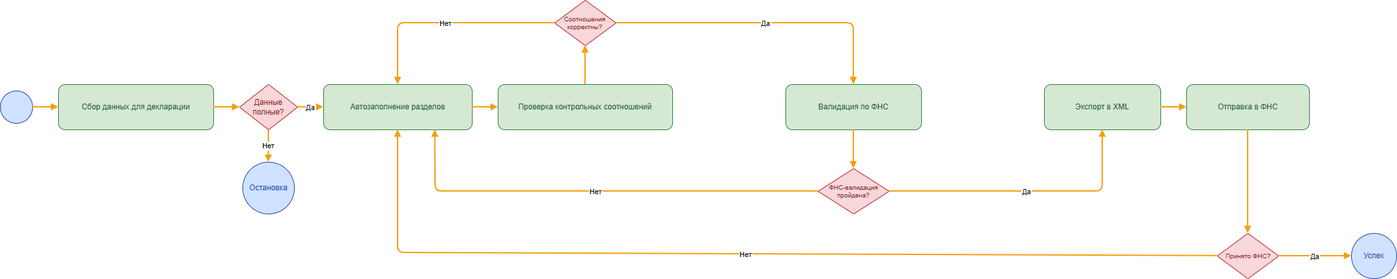
Above: diagrams/BPMN/BPMN A3.png in ShachiAO/system-engineering-playbook (draw.io), before the change. Source tidied: cells renumbered, new cells last; positions are measured from the earlier drawing's top-left corner, leaving out a move shared by most shapes.
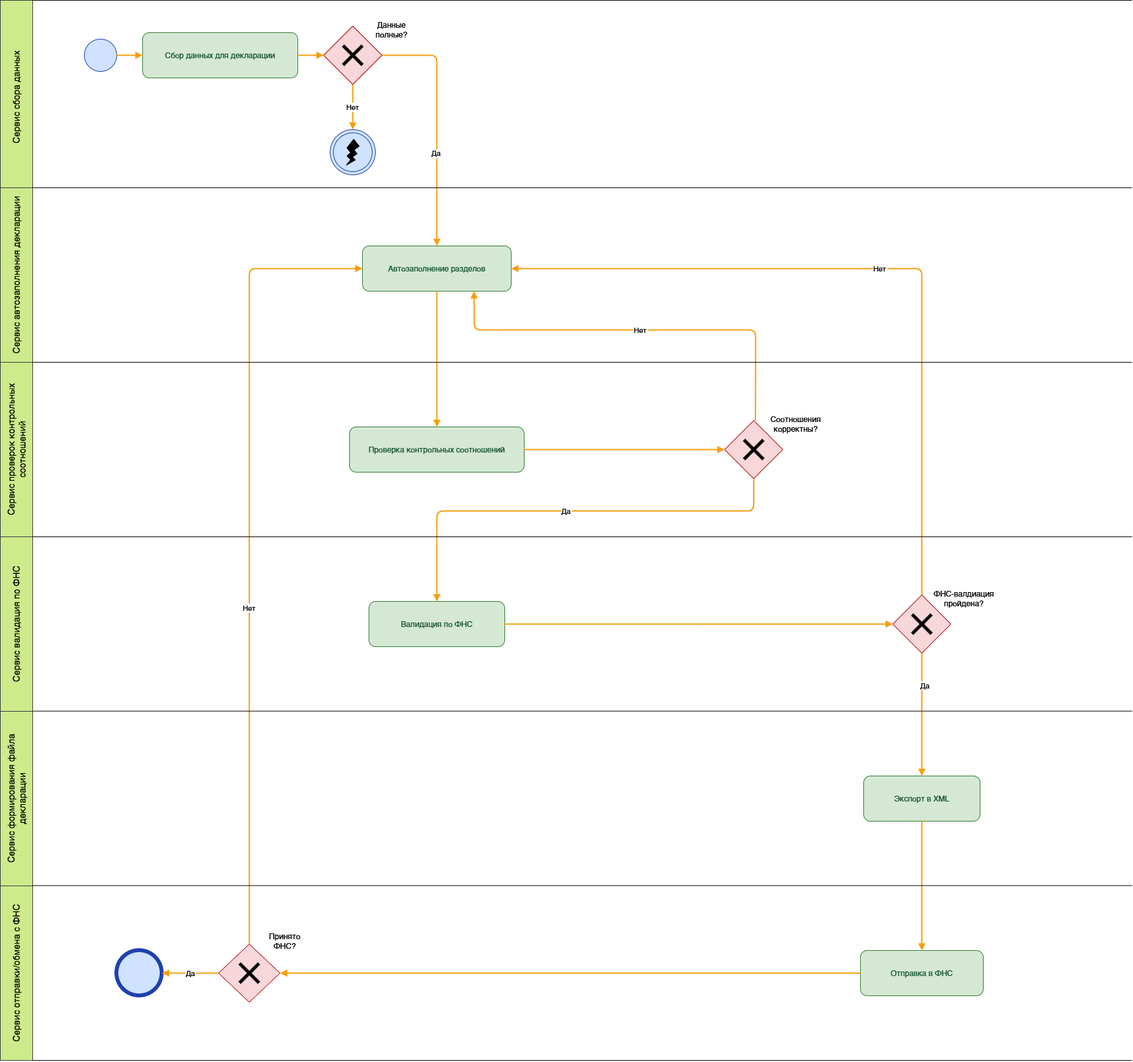
After the commit.

The edit, as a diff of the source:
```diff
@@ -3,44 +3,35 @@
     <mxCell id="0" />
     <mxCell id="1" parent="0" />
     <mxCell id="2" style="ellipse;whiteSpace=wrap;html=1;fillColor=#cfe2ff;strokeColor=#1e40af;fontColor=#1e40af;" parent="1" vertex="1">
-      <mxGeometry y="140" width="50" height="50" as="geometry" />
+      <mxGeometry x="350" y="20" width="50" height="50" as="geometry" />
     </mxCell>
     <mxCell id="3" value="Сбор данных для декларации" style="rounded=1;whiteSpace=wrap;html=1;fillColor=#d5e8d4;strokeColor=#2f7d32;fontColor=#14532d;" parent="1" vertex="1">
-      <mxGeometry x="90" y="130" width="240" height="70" as="geometry" />
+      <mxGeometry x="440" y="10" width="240" height="70" as="geometry" />
     </mxCell>
-    <mxCell id="4" value="Данные полные?" style="rhombus;whiteSpace=wrap;html=1;fillColor=#f8d7da;strokeColor=#b91c1c;fontColor=#7f1d1d;" parent="1" vertex="1">
-      <mxGeometry x="370" y="130" width="90" height="70" as="geometry" />
+    <mxCell id="4" style="rhombus;whiteSpace=wrap;html=1;fillColor=#f8d7da;strokeColor=#b91c1c;fontColor=#7f1d1d;" parent="1" vertex="1">
+      <mxGeometry x="720" width="90" height="90" as="geometry" />
     </mxCell>
     <mxCell id="5" value="Автозаполнение разделов" style="rounded=1;whiteSpace=wrap;html=1;fillColor=#d5e8d4;strokeColor=#2f7d32;fontColor=#14532d;" parent="1" vertex="1">
-      <mxGeometry x="500" y="130" width="230" height="70" as="geometry" />
+      <mxGeometry x="780" y="340" width="230" height="70" as="geometry" />
     </mxCell>
     <mxCell id="6" value="Проверка контрольных соотношений" style="rounded=1;whiteSpace=wrap;html=1;fillColor=#d5e8d4;strokeColor=#2f7d32;fontColor=#14532d;" parent="1" vertex="1">
-      <mxGeometry x="770" y="130" width="270" height="70" as="geometry" />
+      <mxGeometry x="760" y="620" width="270" height="70" as="geometry" />
     </mxCell>
-    <mxCell id="7" value="Соотношения&#10;корректны?" style="rhombus;whiteSpace=wrap;html=1;fillColor=#f8d7da;strokeColor=#b91c1c;fontColor=#7f1d1d;fontSize=10;" parent="1" vertex="1">
-      <mxGeometry x="857.5" width="95" height="70" as="geometry" />
-    </mxCell>
     <mxCell id="8" value="Валидация по ФНС" style="rounded=1;whiteSpace=wrap;html=1;fillColor=#d5e8d4;strokeColor=#2f7d32;fontColor=#14532d;" parent="1" vertex="1">
-      <mxGeometry x="1215" y="130" width="210" height="70" as="geometry" />
+      <mxGeometry x="790" y="890" width="210" height="70" as="geometry" />
     </mxCell>
-    <mxCell id="9" value="ФНС-валидация&#10;пройдена?" style="rhombus;whiteSpace=wrap;html=1;fillColor=#f8d7da;strokeColor=#b91c1c;fontColor=#7f1d1d;fontSize=10;" parent="1" vertex="1">
-      <mxGeometry x="1265" y="260" width="110" height="70" as="geometry" />
-    </mxCell>
     <mxCell id="10" value="Экспорт в XML" style="rounded=1;whiteSpace=wrap;html=1;fillColor=#d5e8d4;strokeColor=#2f7d32;fontColor=#14532d;" parent="1" vertex="1">
-      <mxGeometry x="1615" y="130" width="180" height="70" as="geometry" />
+      <mxGeometry x="1555" y="1160" width="180" height="70" as="geometry" />
     </mxCell>
     <mxCell id="11" value="Отправка в ФНС" style="rounded=1;whiteSpace=wrap;html=1;fillColor=#d5e8d4;strokeColor=#2f7d32;fontColor=#14532d;" parent="1" vertex="1">
-      <mxGeometry x="1835" y="130" width="190" height="70" as="geometry" />
+      <mxGeometry x="1550" y="1430" width="190" height="70" as="geometry" />
     </mxCell>
-    <mxCell id="12" value="Принято ФНС?" style="rhombus;whiteSpace=wrap;html=1;fillColor=#f8d7da;strokeColor=#b91c1c;fontColor=#7f1d1d;fontSize=10;" parent="1" vertex="1">
-      <mxGeometry x="1882.5" y="360" width="95" height="70" as="geometry" />
+    <mxCell id="12" style="rhombus;whiteSpace=wrap;html=1;fillColor=#f8d7da;strokeColor=#b91c1c;fontColor=#7f1d1d;fontSize=10;" parent="1" vertex="1">
+      <mxGeometry x="557.5" y="1420" width="95" height="90" as="geometry" />
     </mxCell>
-    <mxCell id="13" value="Успех" style="ellipse;whiteSpace=wrap;html=1;fillColor=#cfe2ff;strokeColor=#1e40af;fontColor=#1e40af;" parent="1" vertex="1">
-      <mxGeometry x="2090" y="360" width="70" height="70" as="geometry" />
+    <mxCell id="13" style="ellipse;whiteSpace=wrap;html=1;fillColor=#cfe2ff;strokeColor=#1e40af;fontColor=#1e40af;strokeWidth=6;" parent="1" vertex="1">
+      <mxGeometry x="400" y="1430" width="70" height="70" as="geometry" />
     </mxCell>
-    <mxCell id="14" value="Остановка" style="ellipse;whiteSpace=wrap;html=1;fillColor=#cfe2ff;strokeColor=#1e40af;fontColor=#1e40af;" parent="1" vertex="1">
-      <mxGeometry x="375" y="250" width="80" height="80" as="geometry" />
-    </mxCell>
     <mxCell id="15" style="endArrow=block;strokeColor=#f59e0b;strokeWidth=2;" parent="1" edge="1" source="2" target="3">
       <mxGeometry relative="1" as="geometry" />
     </mxCell>
@@ -48,45 +39,50 @@
       <mxGeometry relative="1" as="geometry" />
     </mxCell>
     <mxCell id="17" value="Да" style="endArrow=block;strokeColor=#f59e0b;strokeWidth=2;" parent="1" edge="1" source="4" target="5">
-      <mxGeometry relative="1" as="geometry" />
+      <mxGeometry x="0.25" y="-1" relative="1" as="geometry">
+        <Array as="points">
+          <mxPoint x="895" y="45" />
+        </Array>
+      </mxGeometry>
     </mxCell>
-    <mxCell id="18" value="Нет" style="endArrow=block;strokeColor=#f59e0b;strokeWidth=2;" parent="1" edge="1" source="4" target="14">
+    <mxCell id="18" value="Нет" style="endArrow=block;strokeColor=#f59e0b;strokeWidth=2;entryX=0.5;entryY=0;entryDx=0;entryDy=0;" parent="1" edge="1" source="4" target="31">
       <mxGeometry relative="1" as="geometry" />
     </mxCell>
     <mxCell id="19" style="endArrow=block;strokeColor=#f59e0b;strokeWidth=2;" parent="1" edge="1" source="5" target="6">
       <mxGeometry relative="1" as="geometry" />
     </mxCell>
-    <mxCell id="20" style="endArrow=block;strokeColor=#f59e0b;strokeWidth=2;" parent="1" edge="1" source="6" target="7">
-      <mxGeometry relative="1" as="geometry" />
+    <mxCell id="20" style="endArrow=block;strokeColor=#f59e0b;strokeWidth=2;" parent="1" edge="1" source="6">
+      <mxGeometry relative="1" as="geometry">
+        <mxPoint x="1340" y="655" as="targetPoint" />
+      </mxGeometry>
     </mxCell>
-    <mxCell id="21" value="Да" style="endArrow=block;strokeColor=#f59e0b;strokeWidth=2;" parent="1" edge="1" source="7" target="8">
+    <mxCell id="21" value="Да" style="endArrow=block;strokeColor=#f59e0b;strokeWidth=2;exitX=0.5;exitY=1;exitDx=0;exitDy=0;" parent="1" edge="1" source="44" target="8">
       <mxGeometry relative="1" as="geometry">
         <Array as="points">
-          <mxPoint x="1320" y="35" />
+          <mxPoint x="1385" y="750" />
+          <mxPoint x="895" y="750" />
         </Array>
       </mxGeometry>
     </mxCell>
-    <mxCell id="22" value="Нет" style="endArrow=block;strokeColor=#f59e0b;strokeWidth=2;" parent="1" edge="1" source="7" target="5">
+    <mxCell id="22" value="Нет" style="endArrow=block;strokeColor=#f59e0b;strokeWidth=2;entryX=0.75;entryY=1;entryDx=0;entryDy=0;" parent="1" edge="1" target="5">
       <mxGeometry relative="1" as="geometry">
+        <mxPoint x="1387.7" y="610.1" as="sourcePoint" />
         <Array as="points">
-          <mxPoint x="615" y="35" />
+          <mxPoint x="1388" y="470" />
+          <mxPoint x="953" y="470" />
         </Array>
       </mxGeometry>
     </mxCell>
-    <mxCell id="23" style="endArrow=block;strokeColor=#f59e0b;strokeWidth=2;" parent="1" edge="1" source="8" target="9">
+    <mxCell id="23" style="endArrow=block;strokeColor=#f59e0b;strokeWidth=2;entryX=0;entryY=0.5;entryDx=0;entryDy=0;" parent="1" edge="1" source="8" target="47">
       <mxGeometry relative="1" as="geometry" />
     </mxCell>
-    <mxCell id="24" value="Да" style="endArrow=block;strokeColor=#f59e0b;strokeWidth=2;" parent="1" edge="1" source="9" target="10">
-      <mxGeometry relative="1" as="geometry">
-        <Array as="points">
-          <mxPoint x="1705" y="295" />
-        </Array>
-      </mxGeometry>
+    <mxCell id="24" value="Да" style="endArrow=block;strokeColor=#f59e0b;strokeWidth=2;exitX=0.5;exitY=1;exitDx=0;exitDy=0;" parent="1" edge="1" source="47" target="10">
+      <mxGeometry x="-0.47" y="5" relative="1" as="geometry" />
     </mxCell>
-    <mxCell id="25" value="Нет" style="endArrow=block;strokeColor=#f59e0b;strokeWidth=2;entryX=0.75;entryY=1;entryDx=0;entryDy=0;" parent="1" edge="1" source="9" target="5">
+    <mxCell id="25" value="Нет" style="endArrow=block;strokeColor=#f59e0b;strokeWidth=2;entryX=1;entryY=0.5;entryDx=0;entryDy=0;exitX=0.5;exitY=0;exitDx=0;exitDy=0;" parent="1" edge="1" source="47" target="5">
       <mxGeometry relative="1" as="geometry">
         <Array as="points">
-          <mxPoint x="673" y="295" />
+          <mxPoint x="1645" y="375" />
         </Array>
       </mxGeometry>
     </mxCell>
@@ -100,11 +96,148 @@
       <mxGeometry relative="1" as="geometry" />
     </mxCell>
     <mxCell id="29" value="Нет" style="endArrow=block;strokeColor=#f59e0b;strokeWidth=2;" parent="1" edge="1" source="12" target="5">
-      <mxGeometry relative="1" as="geometry">
+      <mxGeometry x="-0.15" relative="1" as="geometry">
         <Array as="points">
-          <mxPoint x="615" y="390" />
+          <mxPoint x="605" y="375" />
         </Array>
       </mxGeometry>
     </mxCell>
+    <mxCell id="30" value="&lt;font style=&quot;color: light-dark(rgb(0, 0, 0), rgb(0, 0, 0));&quot;&gt;Сервис сбора данных&lt;/font&gt;" style="rounded=0;whiteSpace=wrap;html=1;fillColor=light-dark(#CDEB8B,#C8F7B1);strokeColor=#36393d;direction=west;horizontal=0;fontSize=14;" parent="1" vertex="1">
+      <mxGeometry x="220" y="-40" width="50" height="300" as="geometry" />
+    </mxCell>
+    <mxCell id="31" style="ellipse;whiteSpace=wrap;html=1;fillColor=#cfe2ff;strokeColor=#1e40af;fontColor=#1e40af;fontSize=10;" parent="1" vertex="1">
+      <mxGeometry x="730" y="160" width="70" height="70" as="geometry" />
+    </mxCell>
+    <mxCell id="32" style="ellipse;whiteSpace=wrap;html=1;fillColor=#cfe2ff;strokeColor=#1e40af;fontColor=#1e40af;fontSize=10;" parent="1" vertex="1">
+      <mxGeometry x="735" y="165" width="60" height="60" as="geometry" />
+    </mxCell>
+    <mxCell id="33" style="verticalLabelPosition=bottom;verticalAlign=top;html=1;shape=mxgraph.basic.flash;fillColor=light-dark(#000000,#1E2E47);" parent="1" vertex="1">
+      <mxGeometry x="755" y="175" width="20" height="40" as="geometry" />
+    </mxCell>
+    <mxCell id="34" value="Данные&lt;div&gt;полные?&lt;/div&gt;" style="text;html=1;whiteSpace=wrap;align=center;verticalAlign=middle;rounded=0;fontColor=light-dark(#000000,#000000);" parent="1" vertex="1">
+      <mxGeometry x="795" y="-10" width="60" height="30" as="geometry" />
+    </mxCell>
+    <mxCell id="35" style="rhombus;whiteSpace=wrap;html=1;fillColor=#f8d7da;strokeColor=#b91c1c;fontColor=#7f1d1d;fontSize=10;" parent="1" vertex="1">
+      <mxGeometry x="720" width="90" height="90" as="geometry" />
+    </mxCell>
+    <mxCell id="36" style="endArrow=none;html=1;rounded=0;strokeWidth=5;strokeColor=light-dark(#000000,#000000);" parent="1" edge="1">
+      <mxGeometry relative="1" as="geometry">
+        <mxPoint x="750" y="30" as="sourcePoint" />
+        <mxPoint x="780" y="60" as="targetPoint" />
+      </mxGeometry>
+    </mxCell>
+    <mxCell id="37" style="endArrow=none;html=1;rounded=0;strokeWidth=5;strokeColor=light-dark(#000000,#000000);" parent="1" edge="1">
+      <mxGeometry relative="1" as="geometry">
+        <mxPoint x="780" y="30" as="sourcePoint" />
+        <mxPoint x="750" y="60" as="targetPoint" />
+      </mxGeometry>
+    </mxCell>
+    <mxCell id="38" value="&lt;font style=&quot;color: light-dark(rgb(0, 0, 0), rgb(0, 0, 0));&quot;&gt;Сервис автозаполнения декларации&lt;/font&gt;" style="rounded=0;whiteSpace=wrap;html=1;fillColor=light-dark(#CDEB8B,#C8F7B1);strokeColor=#36393d;direction=west;horizontal=0;fontSize=14;" parent="1" vertex="1">
+      <mxGeometry x="220" y="250" width="50" height="270" as="geometry" />
+    </mxCell>
+    <mxCell id="39" value="&lt;font style=&quot;color: light-dark(rgb(0, 0, 0), rgb(0, 0, 0));&quot;&gt;Сервис проверок контрольных соотношений&lt;/font&gt;" style="rounded=0;whiteSpace=wrap;html=1;fillColor=light-dark(#CDEB8B,#C8F7B1);strokeColor=#36393d;direction=west;horizontal=0;fontSize=14;" parent="1" vertex="1">
+      <mxGeometry x="220" y="520" width="50" height="270" as="geometry" />
+    </mxCell>
+    <mxCell id="40" value="&lt;font style=&quot;color: light-dark(rgb(0, 0, 0), rgb(0, 0, 0));&quot;&gt;Сервис валидация по ФНС&lt;/font&gt;" style="rounded=0;whiteSpace=wrap;html=1;fillColor=light-dark(#CDEB8B,#C8F7B1);strokeColor=#36393d;direction=west;horizontal=0;fontSize=14;" parent="1" vertex="1">
+      <mxGeometry x="220" y="790" width="50" height="270" as="geometry" />
+    </mxCell>
+    <mxCell id="41" value="&lt;font style=&quot;color: light-dark(rgb(0, 0, 0), rgb(0, 0, 0));&quot;&gt;Сервис формирования файла декларации&lt;/font&gt;" style="rounded=0;whiteSpace=wrap;html=1;fillColor=light-dark(#CDEB8B,#C8F7B1);strokeColor=#36393d;direction=west;horizontal=0;fontSize=14;" parent="1" vertex="1">
+      <mxGeometry x="220" y="1060" width="50" height="270" as="geometry" />
+    </mxCell>
+    <mxCell id="42" value="&lt;font style=&quot;color: light-dark(rgb(0, 0, 0), rgb(0, 0, 0));&quot;&gt;Сервис отправки/обмена с ФНС&lt;/font&gt;" style="rounded=0;whiteSpace=wrap;html=1;fillColor=light-dark(#CDEB8B,#C8F7B1);strokeColor=#36393d;direction=west;horizontal=0;fontSize=14;" parent="1" vertex="1">
+      <mxGeometry x="220" y="1330" width="50" height="270" as="geometry" />
+    </mxCell>
+    <mxCell id="7" value="Соотношения&lt;div&gt;корректны?&lt;/div&gt;" style="text;html=1;whiteSpace=wrap;align=center;verticalAlign=middle;rounded=0;fontColor=light-dark(#000000,#000000);" parent="1" vertex="1">
+      <mxGeometry x="1420" y="600" width="60" height="30" as="geometry" />
+    </mxCell>
+    <mxCell id="43" value="ФНС-валдиация&lt;div&gt;пройдена?&lt;/div&gt;" style="text;html=1;whiteSpace=wrap;align=center;verticalAlign=middle;rounded=0;fontColor=light-dark(#000000,#000000);" parent="1" vertex="1">
+      <mxGeometry x="1660" y="870" width="100" height="30" as="geometry" />
+    </mxCell>
+    <mxCell id="44" style="rhombus;whiteSpace=wrap;html=1;fillColor=#f8d7da;strokeColor=#b91c1c;fontColor=#7f1d1d;fontSize=10;" parent="1" vertex="1">
+      <mxGeometry x="1340" y="610" width="90" height="90" as="geometry" />
+    </mxCell>
+    <mxCell id="45" style="endArrow=none;html=1;rounded=0;strokeWidth=5;strokeColor=light-dark(#000000,#000000);" parent="1" edge="1">
+      <mxGeometry relative="1" as="geometry">
+        <mxPoint x="1370" y="640" as="sourcePoint" />
+        <mxPoint x="1400" y="670" as="targetPoint" />
+      </mxGeometry>
+    </mxCell>
+    <mxCell id="46" style="endArrow=none;html=1;rounded=0;strokeWidth=5;strokeColor=light-dark(#000000,#000000);" parent="1" edge="1">
+      <mxGeometry relative="1" as="geometry">
+        <mxPoint x="1400" y="640" as="sourcePoint" />
+        <mxPoint x="1370" y="670" as="targetPoint" />
+      </mxGeometry>
+    </mxCell>
+    <mxCell id="47" style="rhombus;whiteSpace=wrap;html=1;fillColor=#f8d7da;strokeColor=#b91c1c;fontColor=#7f1d1d;fontSize=10;" parent="1" vertex="1">
+      <mxGeometry x="1600" y="880" width="90" height="90" as="geometry" />
+    </mxCell>
+    <mxCell id="48" style="endArrow=none;html=1;rounded=0;strokeWidth=5;strokeColor=light-dark(#000000,#000000);" parent="1" edge="1">
+      <mxGeometry relative="1" as="geometry">
+        <mxPoint x="1630" y="910" as="sourcePoint" />
+        <mxPoint x="1660" y="940" as="targetPoint" />
+      </mxGeometry>
+    </mxCell>
+    <mxCell id="49" style="endArrow=none;html=1;rounded=0;strokeWidth=5;strokeColor=light-dark(#000000,#000000);" parent="1" edge="1">
+      <mxGeometry relative="1" as="geometry">
+        <mxPoint x="1660" y="910" as="sourcePoint" />
+        <mxPoint x="1630" y="940" as="targetPoint" />
+      </mxGeometry>
+    </mxCell>
+    <mxCell id="50" style="endArrow=none;html=1;rounded=0;exitX=0;exitY=0;exitDx=0;exitDy=0;strokeColor=light-dark(#000000,#000000);" parent="1" edge="1" source="42">
+      <mxGeometry relative="1" as="geometry">
+        <mxPoint x="1970" y="1600" as="targetPoint" />
+      </mxGeometry>
+    </mxCell>
+    <mxCell id="51" style="endArrow=none;html=1;rounded=0;exitX=0;exitY=0;exitDx=0;exitDy=0;strokeColor=light-dark(#000000,#000000);" parent="1" edge="1">
+      <mxGeometry relative="1" as="geometry">
+        <mxPoint x="270" y="1329.6" as="sourcePoint" />
+        <mxPoint x="1970" y="1329.6" as="targetPoint" />
+      </mxGeometry>
+    </mxCell>
+    <mxCell id="52" style="endArrow=none;html=1;rounded=0;exitX=0;exitY=0;exitDx=0;exitDy=0;strokeColor=light-dark(#000000,#000000);" parent="1" edge="1">
+      <mxGeometry relative="1" as="geometry">
+        <mxPoint x="270" y="1059.6" as="sourcePoint" />
+        <mxPoint x="1970" y="1059.6" as="targetPoint" />
+      </mxGeometry>
+    </mxCell>
+    <mxCell id="53" style="endArrow=none;html=1;rounded=0;exitX=0;exitY=0;exitDx=0;exitDy=0;strokeColor=light-dark(#000000,#000000);" parent="1" edge="1">
+      <mxGeometry relative="1" as="geometry">
+        <mxPoint x="270" y="790" as="sourcePoint" />
+        <mxPoint x="1970" y="790" as="targetPoint" />
+      </mxGeometry>
+    </mxCell>
+    <mxCell id="54" style="endArrow=none;html=1;rounded=0;exitX=0;exitY=0;exitDx=0;exitDy=0;strokeColor=light-dark(#000000,#000000);" parent="1" edge="1">
+      <mxGeometry relative="1" as="geometry">
+        <mxPoint x="270" y="520" as="sourcePoint" />
+        <mxPoint x="1970" y="520" as="targetPoint" />
+      </mxGeometry>
+    </mxCell>
+    <mxCell id="55" style="endArrow=none;html=1;rounded=0;exitX=0;exitY=0;exitDx=0;exitDy=0;strokeColor=light-dark(#000000,#000000);" parent="1" edge="1">
+      <mxGeometry relative="1" as="geometry">
+        <mxPoint x="270" y="250" as="sourcePoint" />
+        <mxPoint x="1970" y="250" as="targetPoint" />
+      </mxGeometry>
+    </mxCell>
+    <mxCell id="56" style="endArrow=none;html=1;rounded=0;exitX=0;exitY=0;exitDx=0;exitDy=0;strokeColor=light-dark(#000000,#000000);" parent="1" edge="1">
+      <mxGeometry relative="1" as="geometry">
+        <mxPoint x="270" y="-40" as="sourcePoint" />
+        <mxPoint x="1970" y="-40" as="targetPoint" />
+      </mxGeometry>
+    </mxCell>
+    <mxCell id="57" value="Принято&lt;div&gt;ФНС?&lt;/div&gt;" style="text;html=1;whiteSpace=wrap;align=center;verticalAlign=middle;rounded=0;fontColor=light-dark(#000000,#000000);" parent="1" vertex="1">
+      <mxGeometry x="630" y="1400" width="60" height="30" as="geometry" />
+    </mxCell>
+    <mxCell id="58" style="endArrow=none;html=1;rounded=0;strokeWidth=5;strokeColor=light-dark(#000000,#000000);" parent="1" edge="1">
+      <mxGeometry relative="1" as="geometry">
+        <mxPoint x="590" y="1450" as="sourcePoint" />
+        <mxPoint x="620" y="1480" as="targetPoint" />
+      </mxGeometry>
+    </mxCell>
+    <mxCell id="59" style="endArrow=none;html=1;rounded=0;strokeWidth=5;strokeColor=light-dark(#000000,#000000);" parent="1" edge="1">
+      <mxGeometry relative="1" as="geometry">
+        <mxPoint x="620" y="1450" as="sourcePoint" />
+        <mxPoint x="590" y="1480" as="targetPoint" />
+      </mxGeometry>
+    </mxCell>
   </root>
 </mxGraphModel>
```
